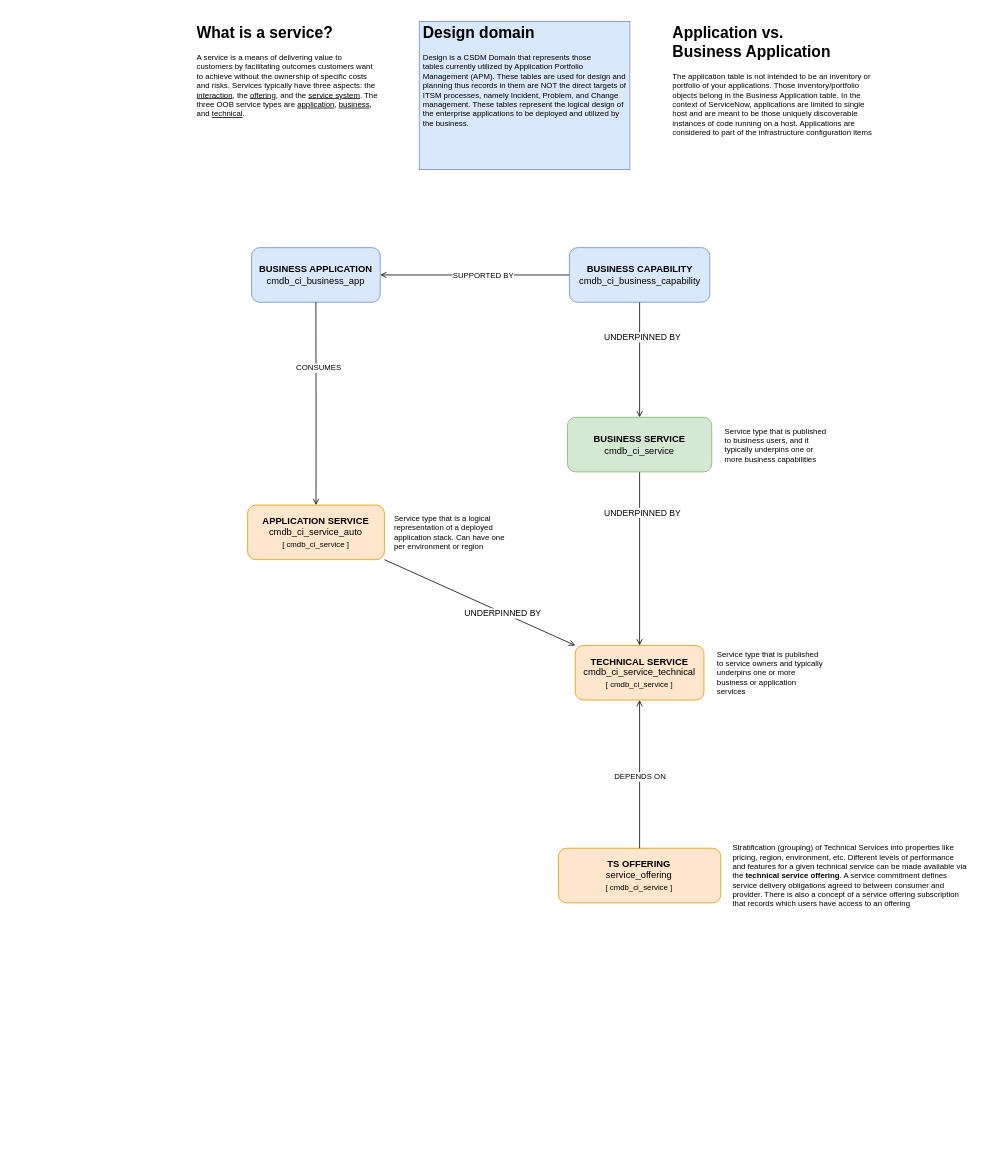
The draw.io diagram My ServiceNow CSDM.drawio in mlemartien/my_servicenow_csdm, before the edit. Source tidied: cells renumbered, new cells numbered last; positions are measured from the earlier drawing's top-left corner, leaving out a move shared by most shapes. Both pictures are drawn from the tidied source at 78%, with x=0, y=0 at pixel (193, 21).
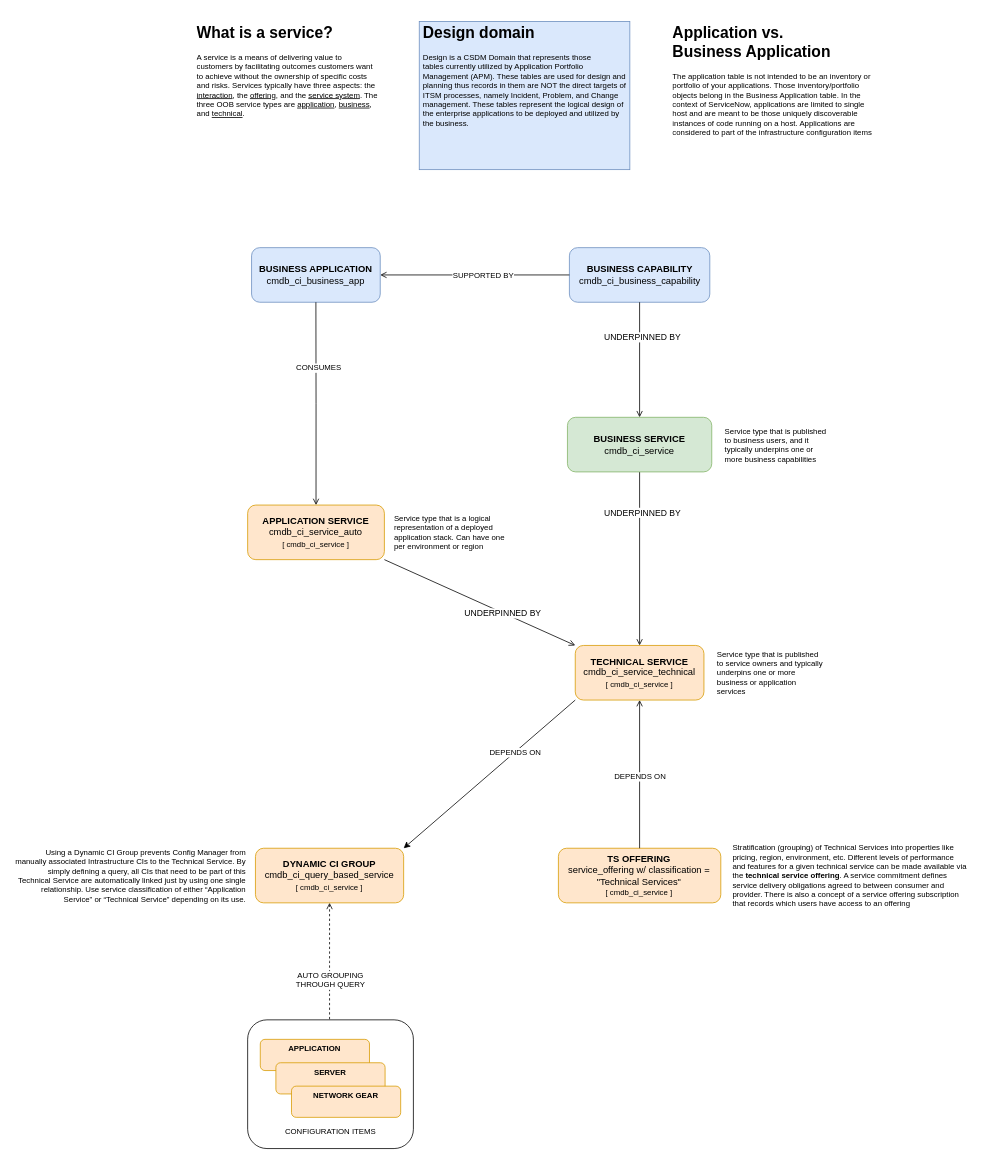
The same diagram, later.

Commit message:
Added Dynamic CI Group

Unchanged cells that the change refers to:
```xml
<mxCell id="17" value="&lt;b&gt;TECHNICAL SERVICE&lt;/b&gt;&lt;br&gt;cmdb_ci_service_technical&lt;br&gt;&lt;font style=&quot;font-size: 10px&quot;&gt;[ cmdb_ci_service ]&lt;/font&gt;" style="rounded=1;whiteSpace=wrap;html=1;fillColor=#ffe6cc;strokeColor=#d79b00;" parent="16" vertex="1">
  <mxGeometry width="165" height="70" as="geometry" />
</mxCell>
<mxCell id="27" style="group;" parent="1" vertex="1">
  <mxGeometry x="490" y="1060" width="530" height="70" as="geometry" />
</mxCell>
```

Diff of the diagram source:
```diff
@@
-    <mxCell id="28" value="&lt;b&gt;TS OFFERING&lt;/b&gt;&lt;br&gt;service_offering&lt;br&gt;&lt;font style=&quot;font-size: 10px&quot;&gt;[ cmdb_ci_service ]&lt;/font&gt;" style="rounded=1;whiteSpace=wrap;html=1;fillColor=#ffe6cc;strokeColor=#d79b00;" parent="27" vertex="1">
+    <mxCell id="28" value="&lt;b&gt;TS OFFERING&lt;/b&gt;&lt;br&gt;service_offering w/ classification = &quot;Technical Services&quot;&lt;br&gt;&lt;font style=&quot;font-size: 10px&quot;&gt;[ cmdb_ci_service ]&lt;/font&gt;" style="rounded=1;whiteSpace=wrap;html=1;fillColor=#ffe6cc;strokeColor=#d79b00;" parent="27" vertex="1">
       <mxGeometry x="-21.6" width="208.2" height="70" as="geometry" />
     </mxCell>
@@
+    <mxCell id="33" style="group;" parent="1" vertex="1">
+      <mxGeometry x="70" y="1280" width="212.5" height="165" as="geometry" />
+    </mxCell>
+    <mxCell id="34" value="APPLICATION&lt;br style=&quot;font-size: 10px;&quot;&gt;" style="rounded=1;whiteSpace=wrap;html=1;fillColor=#ffe6cc;strokeColor=#d79b00;verticalAlign=top;fontStyle=1;fontSize=10;" parent="33" vertex="1">
+      <mxGeometry x="16.2" y="25" width="140" height="40" as="geometry" />
+    </mxCell>
+    <mxCell id="35" style="edgeStyle=orthogonalEdgeStyle;rounded=0;orthogonalLoop=1;jettySize=auto;html=1;exitX=0.5;exitY=1;exitDx=0;exitDy=0;fontSize=10;endArrow=none;endFill=0;fontStyle=1;" parent="33" edge="1" source="34" target="34">
+      <mxGeometry x="110.4" y="235" as="geometry" />
+    </mxCell>
+    <mxCell id="36" value="SERVER" style="rounded=1;whiteSpace=wrap;html=1;fillColor=#ffe6cc;strokeColor=#d79b00;verticalAlign=top;fontStyle=1;fontSize=10;" parent="33" vertex="1">
+      <mxGeometry x="36.2" y="55" width="140" height="40" as="geometry" />
+    </mxCell>
+    <mxCell id="37" value="NETWORK GEAR" style="rounded=1;whiteSpace=wrap;html=1;fillColor=#ffe6cc;strokeColor=#d79b00;verticalAlign=top;fontStyle=1;fontSize=10;" parent="33" vertex="1">
+      <mxGeometry x="56.2" y="85" width="140" height="40" as="geometry" />
+    </mxCell>
+    <mxCell id="38" value="&lt;br&gt;&lt;br&gt;&lt;br&gt;&lt;br&gt;&lt;br&gt;&lt;br&gt;&lt;br&gt;&lt;br&gt;&lt;br&gt;&lt;br&gt;&lt;div&gt;CONFIGURATION ITEMS&lt;/div&gt;" style="rounded=1;whiteSpace=wrap;html=1;fontSize=10;align=center;fillColor=none;" parent="33" vertex="1">
+      <mxGeometry width="212.5" height="165" as="geometry" />
+    </mxCell>
+    <mxCell id="39" style="group;" parent="1" vertex="1">
+      <mxGeometry x="-190" y="1060" width="460" height="70" as="geometry" />
+    </mxCell>
+    <mxCell id="40" value="&lt;b&gt;DYNAMIC CI GROUP&lt;/b&gt;&lt;br&gt;cmdb_ci_query_based_service&lt;br&gt;&lt;font style=&quot;font-size: 10px&quot;&gt;[ cmdb_ci_service ]&lt;/font&gt;" style="rounded=1;whiteSpace=wrap;html=1;fillColor=#ffe6cc;strokeColor=#d79b00;" parent="39" vertex="1">
+      <mxGeometry x="270" width="190" height="70" as="geometry" />
+    </mxCell>
+    <mxCell id="41" value="Using a Dynamic CI Group prevents Config Manager from manually associated Intrastructure CIs to the Technical Service. By simply defining a query, all CIs that need to be part of this Technical Service are automatically linked just by using one single relationship. Use service classification of either “Application Service” or “Technical Service” depending on its use." style="text;html=1;strokeColor=none;fillColor=none;align=right;verticalAlign=middle;whiteSpace=wrap;rounded=0;fontSize=10;" parent="39" vertex="1">
+      <mxGeometry x="-40" y="2.5" width="300" height="65" as="geometry" />
+    </mxCell>
+    <mxCell id="42" style="edgeStyle=orthogonalEdgeStyle;rounded=0;orthogonalLoop=1;jettySize=auto;html=1;exitX=0.5;exitY=1;exitDx=0;exitDy=0;fontSize=10;endArrow=none;endFill=0;" parent="39" edge="1" source="40" target="40">
+      <mxGeometry x="410" y="1240" as="geometry" />
+    </mxCell>
+    <mxCell id="43" style="edgeStyle=orthogonalEdgeStyle;rounded=0;jettySize=auto;html=1;exitX=0.5;exitY=1;exitDx=0;exitDy=0;fontSize=10;startArrow=open;startFill=0;endArrow=none;endFill=0;dashed=1;" parent="1" edge="1" source="40">
+      <mxGeometry relative="1" as="geometry">
+        <mxPoint x="175" y="1280" as="targetPoint" />
+      </mxGeometry>
+    </mxCell>
+    <mxCell id="44" value="AUTO GROUPING&lt;br&gt;THROUGH QUERY" style="edgeLabel;html=1;align=center;verticalAlign=middle;fontSize=10;" parent="43" vertex="1">
+      <mxGeometry x="0.31" relative="1" as="geometry" />
+    </mxCell>
+    <mxCell id="45" style="endArrow=classic;html=1;fontSize=10;entryX=1;entryY=0;entryDx=0;entryDy=0;exitX=0;exitY=1;exitDx=0;exitDy=0;" parent="1" edge="1" source="17" target="40">
+      <mxGeometry relative="1" as="geometry" />
+    </mxCell>
+    <mxCell id="46" value="DEPENDS ON" style="edgeLabel;html=1;align=center;verticalAlign=middle;fontSize=10;" parent="45" vertex="1">
+      <mxGeometry x="-0.3" relative="1" as="geometry" />
+    </mxCell>
```
